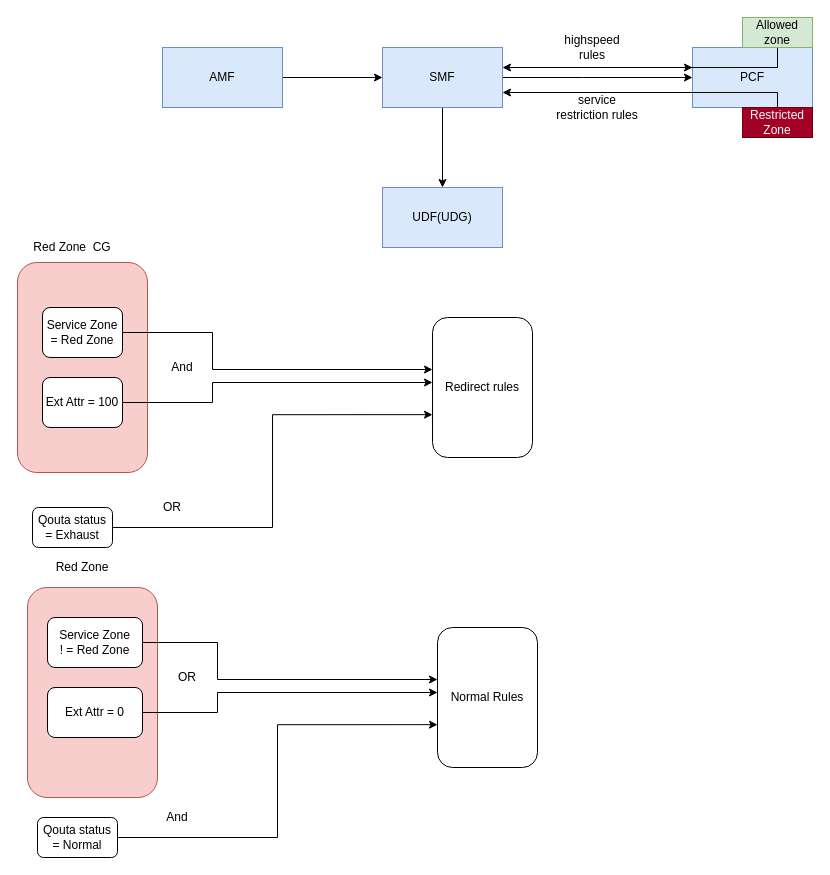
krapuleng/POS keeps this draw.io diagram as Untitled_Diagram.drawio. Above is the earlier version. Source tidied: cells renumbered, new cells numbered last; positions are measured from the earlier drawing's top-left corner, leaving out a move shared by most shapes. Both pictures are drawn from the tidied source at 100%, with x=0, y=0 at pixel (17, 17).
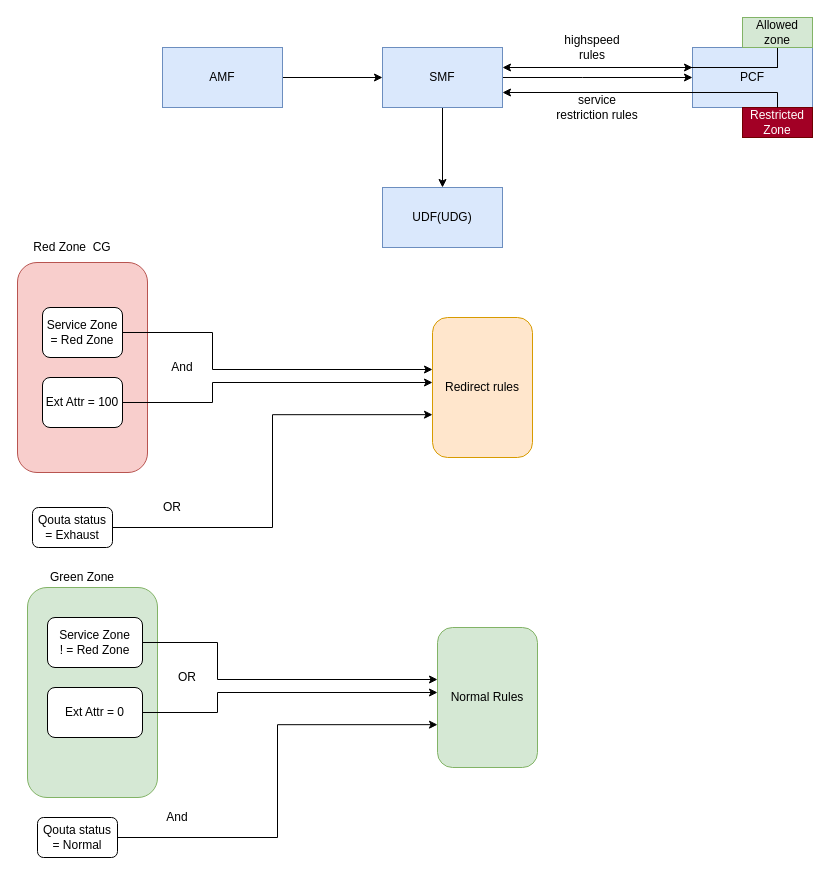
Above is the later version.

What changed in the source:
```diff
@@
-    <mxCell id="20" value="Redirect rules" style="rounded=1;whiteSpace=wrap;html=1;" parent="1" vertex="1">
+    <mxCell id="20" value="Redirect rules" style="rounded=1;whiteSpace=wrap;html=1;fillColor=#ffe6cc;strokeColor=#d79b00;" parent="1" vertex="1">
       <mxGeometry x="415" y="300" width="100" height="140" as="geometry" />
     </mxCell>
@@
-    <mxCell id="28" style="rounded=1;whiteSpace=wrap;html=1;fillColor=#f8cecc;strokeColor=#b85450;" parent="1" vertex="1">
+    <mxCell id="28" style="rounded=1;whiteSpace=wrap;html=1;fillColor=#d5e8d4;strokeColor=#82b366;" parent="1" vertex="1">
       <mxGeometry x="10" y="570" width="130" height="210" as="geometry" />
     </mxCell>
@@
-    <mxCell id="31" value="Normal Rules" style="rounded=1;whiteSpace=wrap;html=1;" parent="1" vertex="1">
+    <mxCell id="31" value="Normal Rules" style="rounded=1;whiteSpace=wrap;html=1;fillColor=#d5e8d4;strokeColor=#82b366;" parent="1" vertex="1">
       <mxGeometry x="420" y="610" width="100" height="140" as="geometry" />
     </mxCell>
@@
-    <mxCell id="37" value="Red Zone" style="text;html=1;strokeColor=none;fillColor=none;align=center;verticalAlign=middle;whiteSpace=wrap;rounded=0;" parent="1" vertex="1">
-      <mxGeometry x="15" y="540" width="100" height="20" as="geometry" />
+    <mxCell id="37" value="Green Zone" style="text;html=1;strokeColor=none;fillColor=none;align=center;verticalAlign=middle;whiteSpace=wrap;rounded=0;" parent="1" vertex="1">
+      <mxGeometry x="15" y="550" width="100" height="20" as="geometry" />
     </mxCell>
```
